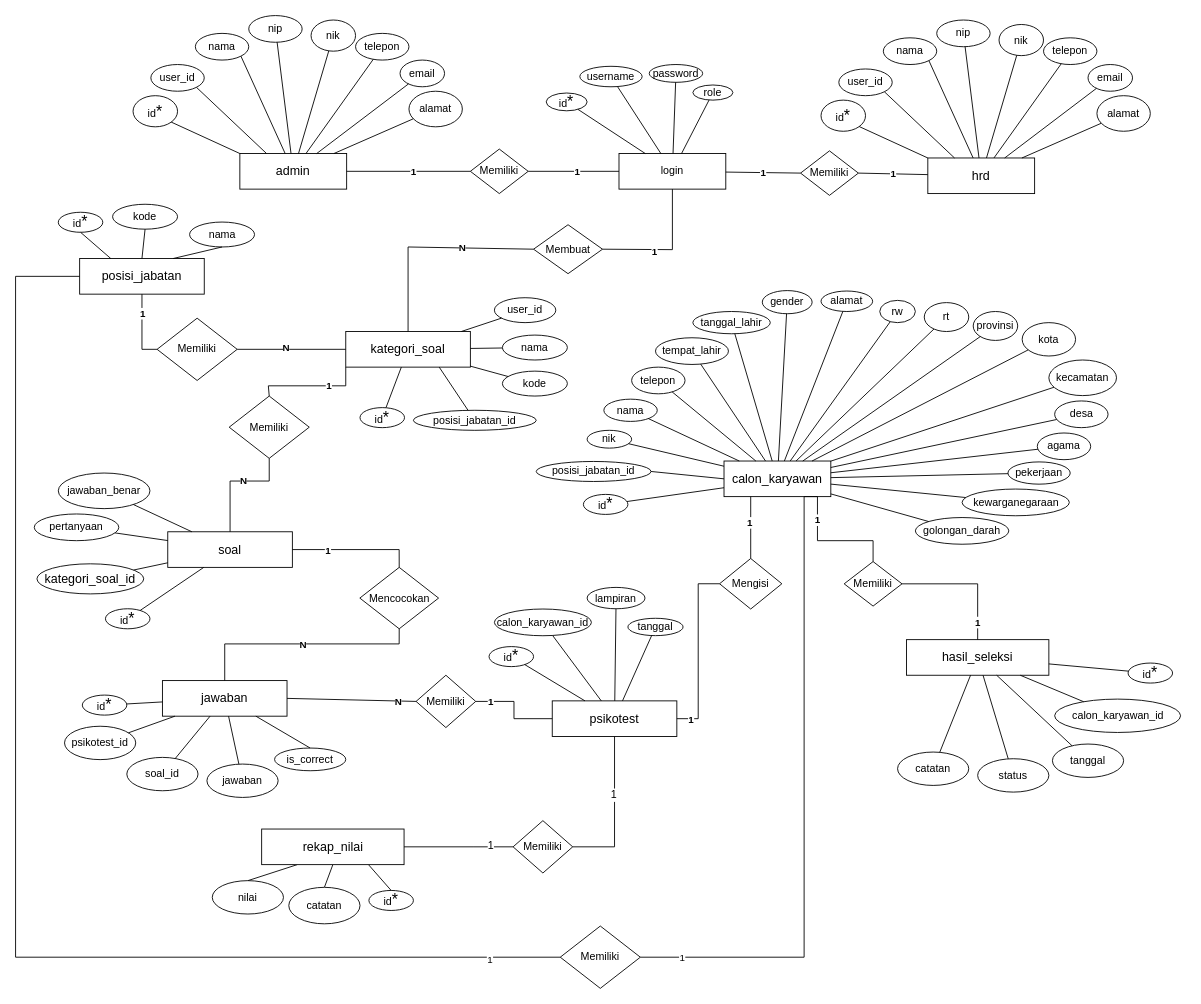
Before: page "ERD" (5 of 5) of Use Case.drawio in ceceprokani/Diagram-Skripsi, a draw.io diagram. Source tidied: cells renumbered, new cells numbered last; positions are measured from the earlier drawing's top-left corner, leaving out a move shared by most shapes. Both pictures are drawn from the tidied source at 89%, with x=0, y=0 at pixel (15, 15).
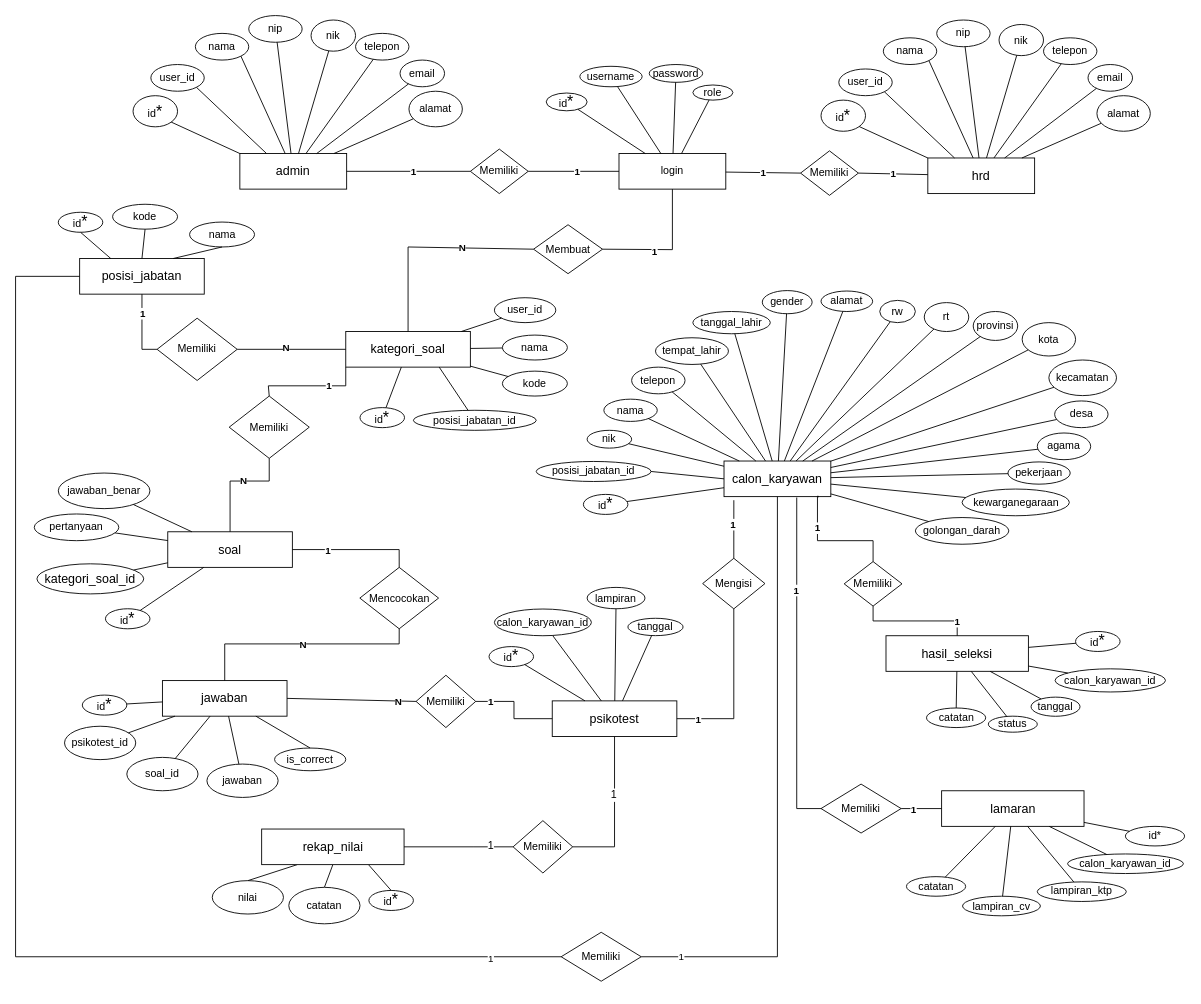
After the change.

Unchanged cells that the change refers to:
```xml
<mxCell id="2" style="group;" parent="1" vertex="1">
  <mxGeometry x="21" width="1292.5" height="1036" as="geometry" />
</mxCell>
<mxCell id="7" value="&lt;font style=&quot;font-size: 14px;&quot;&gt;calon_karyawan&lt;/font&gt;" style="rounded=0;whiteSpace=wrap;html=1;" parent="2" vertex="1">
  <mxGeometry x="775" y="500.5" width="120" height="40" as="geometry" />
</mxCell>
<mxCell id="11" value="&lt;font style=&quot;font-size: 14px;&quot;&gt;psikotest&lt;/font&gt;" style="rounded=0;whiteSpace=wrap;html=1;" parent="2" vertex="1">
  <mxGeometry x="582" y="770" width="140" height="40" as="geometry" />
</mxCell>
<mxCell id="44" value="Memiliki" style="rhombus;whiteSpace=wrap;html=1;" parent="2" vertex="1">
  <mxGeometry x="910" y="613.5" width="65" height="50" as="geometry" />
</mxCell>
```

What changed in the source:
```diff
@@
     <mxCell id="8" value="&lt;font style=&quot;font-size: 14px;&quot;&gt;hasil_seleksi&lt;/font&gt;" style="rounded=0;whiteSpace=wrap;html=1;" parent="2" vertex="1">
-      <mxGeometry x="980" y="701.2" width="160" height="40" as="geometry" />
+      <mxGeometry x="957" y="696.8" width="160" height="40" as="geometry" />
     </mxCell>
@@
     <mxCell id="39" value="&lt;font style=&quot;font-size: 12px;&quot;&gt;id&lt;/font&gt;&lt;font style=&quot;font-size: 18px;&quot;&gt;*&lt;/font&gt;" style="ellipse;whiteSpace=wrap;html=1;" parent="2" vertex="1">
-      <mxGeometry x="1229" y="727.5" width="50" height="22.5" as="geometry" />
+      <mxGeometry x="1170" y="692" width="50" height="22.5" as="geometry" />
     </mxCell>
     <mxCell id="40" value="catatan" style="ellipse;whiteSpace=wrap;html=1;" parent="2" vertex="1">
-      <mxGeometry x="970" y="827.5" width="80" height="37.5" as="geometry" />
+      <mxGeometry x="1002.5" y="778" width="66.5" height="22" as="geometry" />
     </mxCell>
     <mxCell id="41" value="status" style="ellipse;whiteSpace=wrap;html=1;" parent="2" vertex="1">
-      <mxGeometry x="1060" y="835" width="80" height="37.5" as="geometry" />
+      <mxGeometry x="1072" y="787.2" width="55" height="18" as="geometry" />
     </mxCell>
     <mxCell id="42" value="calon_karyawan_id" style="ellipse;whiteSpace=wrap;html=1;" parent="2" vertex="1">
-      <mxGeometry x="1146.5" y="768" width="141.5" height="37.5" as="geometry" />
+      <mxGeometry x="1147" y="734" width="124" height="26" as="geometry" />
     </mxCell>
     <mxCell id="43" value="tanggal" style="ellipse;whiteSpace=wrap;html=1;" parent="2" vertex="1">
-      <mxGeometry x="1144" y="818.5" width="80" height="37.5" as="geometry" />
+      <mxGeometry x="1120" y="765.8" width="55" height="21.5" as="geometry" />
     </mxCell>
@@
     <mxCell id="45" value="Mengisi" style="rhombus;whiteSpace=wrap;html=1;" parent="2" vertex="1">
-      <mxGeometry x="770" y="610" width="70" height="56.8" as="geometry" />
+      <mxGeometry x="751" y="609.8" width="70" height="56.8" as="geometry" />
     </mxCell>
@@
-    <mxCell id="133" style="endArrow=none;html=1;rounded=0;entryX=0.5;entryY=0;entryDx=0;entryDy=0;exitX=0.25;exitY=1;exitDx=0;exitDy=0;" parent="2" edge="1" source="7" target="45">
+    <mxCell id="133" style="endArrow=none;html=1;rounded=0;entryX=0.5;entryY=0;entryDx=0;entryDy=0;exitX=0.092;exitY=1.101;exitDx=0;exitDy=0;exitPerimeter=0;" parent="2" edge="1" source="7" target="45">
       <mxGeometry relative="1" as="geometry" />
     </mxCell>
@@
-    <mxCell id="135" style="endArrow=none;html=1;rounded=0;edgeStyle=orthogonalEdgeStyle;entryX=0.5;entryY=0;entryDx=0;entryDy=0;" parent="2" edge="1" target="44">
+    <mxCell id="135" style="endArrow=none;html=1;rounded=0;edgeStyle=orthogonalEdgeStyle;entryX=0.5;entryY=0;entryDx=0;entryDy=0;exitX=0.883;exitY=1.019;exitDx=0;exitDy=0;exitPerimeter=0;" parent="2" edge="1" source="7" target="44">
       <mxGeometry relative="1" as="geometry">
-        <mxPoint x="865" y="540.5" as="sourcePoint" />
         <Array as="points">
+          <mxPoint x="881" y="540" />
           <mxPoint x="880" y="540" />
           <mxPoint x="880" y="590" />
           <mxPoint x="943" y="590" />
           <mxPoint x="943" y="614" />
         </Array>
       </mxGeometry>
     </mxCell>
@@
-    <mxCell id="139" style="endArrow=none;html=1;rounded=0;edgeStyle=orthogonalEdgeStyle;entryX=1;entryY=0.5;entryDx=0;entryDy=0;" parent="2" edge="1" source="45" target="11">
+    <mxCell id="139" style="endArrow=none;html=1;rounded=0;edgeStyle=orthogonalEdgeStyle;entryX=1;entryY=0.5;entryDx=0;entryDy=0;exitX=0.5;exitY=1;exitDx=0;exitDy=0;" parent="2" edge="1" source="45" target="11">
       <mxGeometry relative="1" as="geometry" />
     </mxCell>
     <mxCell id="140" value="1" style="edgeLabel;html=1;align=center;verticalAlign=middle;fontStyle=1;" parent="139" vertex="1">
-      <mxGeometry x="0.84" relative="1" as="geometry" />
+      <mxGeometry x="0.84" relative="1" as="geometry">
+        <mxPoint x="8" as="offset" />
+      </mxGeometry>
     </mxCell>
@@
+    <mxCell id="207" value="&lt;font style=&quot;font-size: 14px;&quot;&gt;lamaran&lt;/font&gt;" style="rounded=0;whiteSpace=wrap;html=1;" parent="2" vertex="1">
+      <mxGeometry x="1019.5" y="871" width="160" height="40" as="geometry" />
+    </mxCell>
+    <mxCell id="208" value="Memiliki" style="rhombus;whiteSpace=wrap;html=1;" parent="2" vertex="1">
+      <mxGeometry x="884" y="863.5" width="90" height="55" as="geometry" />
+    </mxCell>
+    <mxCell id="209" style="endArrow=none;html=1;rounded=0;entryX=0;entryY=0.5;entryDx=0;entryDy=0;exitX=0.681;exitY=1.025;exitDx=0;exitDy=0;exitPerimeter=0;edgeStyle=orthogonalEdgeStyle;" parent="2" edge="1" source="7" target="208">
+      <mxGeometry relative="1" as="geometry" />
+    </mxCell>
+    <mxCell id="210" value="1" style="edgeLabel;html=1;align=center;verticalAlign=middle;fontStyle=1;" parent="209" vertex="1">
+      <mxGeometry x="-0.45" y="-1" relative="1" as="geometry" />
+    </mxCell>
+    <mxCell id="211" style="endArrow=none;html=1;rounded=0;entryX=0;entryY=0.5;entryDx=0;entryDy=0;exitX=1;exitY=0.5;exitDx=0;exitDy=0;edgeStyle=orthogonalEdgeStyle;" parent="2" edge="1" source="208" target="207">
+      <mxGeometry relative="1" as="geometry" />
+    </mxCell>
+    <mxCell id="212" value="1" style="edgeLabel;html=1;align=center;verticalAlign=middle;fontStyle=1;" parent="211" vertex="1">
+      <mxGeometry x="-0.45" y="-1" relative="1" as="geometry" />
+    </mxCell>
+    <mxCell id="213" value="catatan" style="ellipse;whiteSpace=wrap;html=1;" parent="2" vertex="1">
+      <mxGeometry x="980" y="967.5" width="66.5" height="22" as="geometry" />
+    </mxCell>
+    <mxCell id="214" value="lampiran_cv" style="ellipse;whiteSpace=wrap;html=1;" parent="2" vertex="1">
+      <mxGeometry x="1043" y="989.5" width="87.5" height="22" as="geometry" />
+    </mxCell>
+    <mxCell id="215" value="lampiran_ktp" style="ellipse;whiteSpace=wrap;html=1;" parent="2" vertex="1">
+      <mxGeometry x="1127" y="973.4" width="100" height="22" as="geometry" />
+    </mxCell>
+    <mxCell id="216" value="calon_karyawan_id" style="ellipse;whiteSpace=wrap;html=1;" parent="2" vertex="1">
+      <mxGeometry x="1161" y="942" width="130.2" height="22" as="geometry" />
+    </mxCell>
+    <mxCell id="217" value="id*" style="ellipse;whiteSpace=wrap;html=1;" parent="2" vertex="1">
+      <mxGeometry x="1226" y="911" width="66.5" height="22" as="geometry" />
+    </mxCell>
+    <mxCell id="218" style="endArrow=none;html=1;rounded=0;" parent="2" edge="1" source="213" target="207">
+      <mxGeometry relative="1" as="geometry" />
+    </mxCell>
+    <mxCell id="219" style="endArrow=none;html=1;rounded=0;" parent="2" edge="1" source="214" target="207">
+      <mxGeometry relative="1" as="geometry" />
+    </mxCell>
+    <mxCell id="220" style="endArrow=none;html=1;rounded=0;" parent="2" edge="1" source="215" target="207">
+      <mxGeometry relative="1" as="geometry" />
+    </mxCell>
+    <mxCell id="221" style="endArrow=none;html=1;rounded=0;" parent="2" edge="1" source="216" target="207">
+      <mxGeometry relative="1" as="geometry" />
+    </mxCell>
+    <mxCell id="222" style="endArrow=none;html=1;rounded=0;" parent="2" edge="1" source="217" target="207">
+      <mxGeometry relative="1" as="geometry" />
+    </mxCell>
     <mxCell id="202" value="Memiliki" style="rhombus;whiteSpace=wrap;html=1;" parent="1" vertex="1">
-      <mxGeometry x="612" y="1023" width="90" height="70" as="geometry" />
+      <mxGeometry x="613" y="1030" width="90" height="55" as="geometry" />
     </mxCell>
-    <mxCell id="203" style="endArrow=none;html=1;rounded=0;entryX=0.75;entryY=1;entryDx=0;entryDy=0;exitX=1;exitY=0.5;exitDx=0;exitDy=0;edgeStyle=orthogonalEdgeStyle;" parent="1" edge="1" source="202" target="7">
+    <mxCell id="203" style="endArrow=none;html=1;rounded=0;entryX=0.5;entryY=1;entryDx=0;entryDy=0;exitX=1;exitY=0.5;exitDx=0;exitDy=0;edgeStyle=orthogonalEdgeStyle;" parent="1" edge="1" source="202" target="7">
       <mxGeometry relative="1" as="geometry" />
     </mxCell>
```
